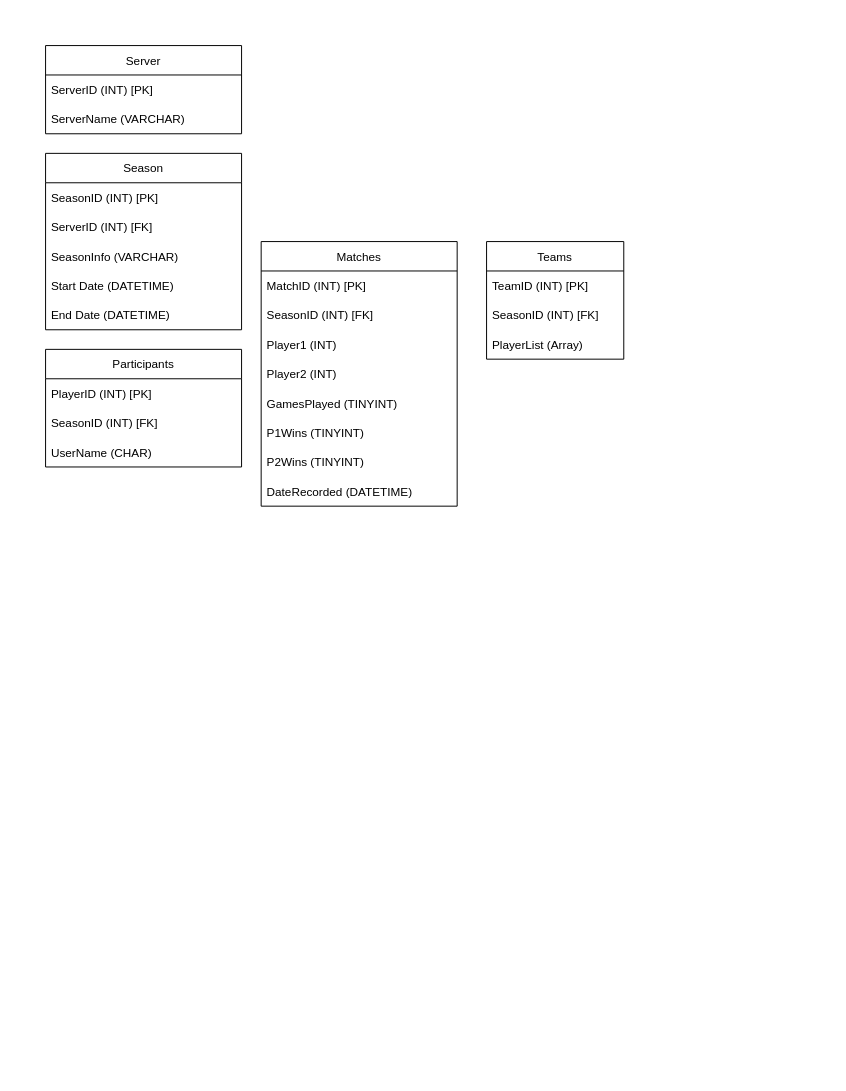
Before: TourneyBotDB.drawio in SpencerRSMS/TourneyBot, a draw.io diagram. Source tidied: cells renumbered, new cells numbered last; positions are measured from the earlier drawing's top-left corner, leaving out a move shared by most shapes. Both pictures are drawn from the tidied source at 98%, with x=0, y=0 at pixel (45, 45).
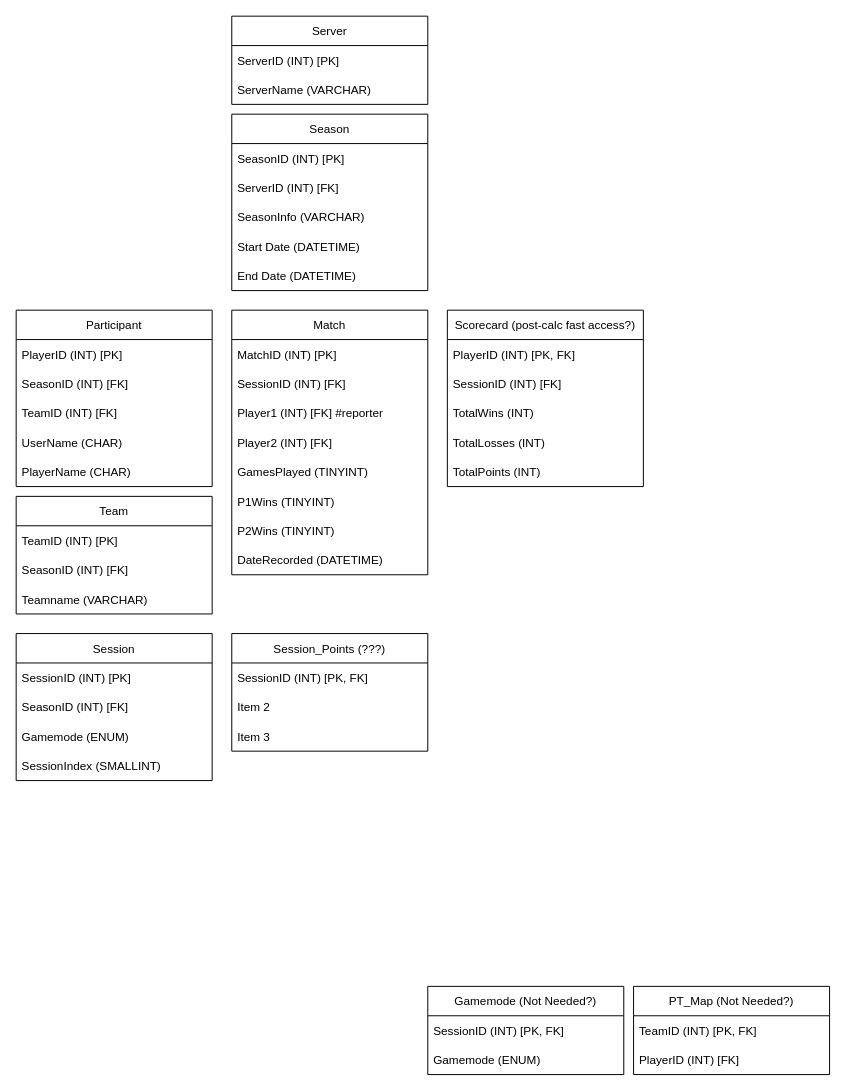
The same diagram, later.

Commit message:
Consolidated gamemode and PT_Map tables, added new session and scorecard table, considering session_points table

What changed in the source:
```diff
@@
-    <mxCell id="2" value="Participants" style="swimlane;fontStyle=0;horizontal=1;startSize=30;" parent="1" vertex="1">
-      <mxGeometry y="310" width="200" height="120" as="geometry" />
+    <mxCell id="2" value="Participant" style="swimlane;fontStyle=0;horizontal=1;startSize=30;" parent="1" vertex="1">
+      <mxGeometry x="-30" y="270" width="200" height="180" as="geometry" />
     </mxCell>
@@
+    <mxCell id="28" value="TeamID (INT) [FK]" style="text;strokeColor=none;fillColor=none;align=left;verticalAlign=middle;spacingLeft=4;spacingRight=4;overflow=hidden;" parent="2" vertex="1">
+      <mxGeometry y="90" width="200" height="30" as="geometry" />
+    </mxCell>
     <mxCell id="5" value="UserName (CHAR)" style="text;strokeColor=none;fillColor=none;align=left;verticalAlign=middle;spacingLeft=4;spacingRight=4;overflow=hidden;" parent="2" vertex="1">
-      <mxGeometry y="90" width="200" height="30" as="geometry" />
+      <mxGeometry y="120" width="200" height="30" as="geometry" />
     </mxCell>
+    <mxCell id="29" value="PlayerName (CHAR)" style="text;strokeColor=none;fillColor=none;align=left;verticalAlign=middle;spacingLeft=4;spacingRight=4;overflow=hidden;" parent="2" vertex="1">
+      <mxGeometry y="150" width="200" height="30" as="geometry" />
+    </mxCell>
     <mxCell id="6" value="Season" style="swimlane;fontStyle=0;horizontal=1;startSize=30;" parent="1" vertex="1">
-      <mxGeometry y="110" width="200" height="180" as="geometry" />
+      <mxGeometry x="190" y="70" width="200" height="180" as="geometry" />
     </mxCell>
@@
     <mxCell id="12" value="Server" style="swimlane;fontStyle=0;horizontal=1;startSize=30;" parent="1" vertex="1">
-      <mxGeometry width="200" height="90" as="geometry" />
+      <mxGeometry x="190" y="-30" width="200" height="90" as="geometry" />
     </mxCell>
@@
-    <mxCell id="15" value="Matches" style="swimlane;fontStyle=0;horizontal=1;startSize=30;" parent="1" vertex="1">
-      <mxGeometry x="220" y="200" width="200" height="270" as="geometry" />
+    <mxCell id="15" value="Match" style="swimlane;fontStyle=0;horizontal=1;startSize=30;" parent="1" vertex="1">
+      <mxGeometry x="190" y="270" width="200" height="270" as="geometry" />
     </mxCell>
@@
-    <mxCell id="17" value="SeasonID (INT) [FK]" style="text;strokeColor=none;fillColor=none;align=left;verticalAlign=middle;spacingLeft=4;spacingRight=4;overflow=hidden;" parent="15" vertex="1">
-      <mxGeometry y="60" width="200" height="30" as="geometry" />
-    </mxCell>
+    <mxCell id="30" value="SessionID (INT) [FK]" style="text;strokeColor=none;fillColor=none;align=left;verticalAlign=middle;spacingLeft=4;spacingRight=4;overflow=hidden;" parent="15" vertex="1">
+      <mxGeometry y="60" width="200" height="30" as="geometry" />
+    </mxCell>
-    <mxCell id="18" value="Player1 (INT)" style="text;strokeColor=none;fillColor=none;align=left;verticalAlign=middle;spacingLeft=4;spacingRight=4;overflow=hidden;" parent="15" vertex="1">
+    <mxCell id="18" value="Player1 (INT) [FK] #reporter" style="text;strokeColor=none;fillColor=none;align=left;verticalAlign=middle;spacingLeft=4;spacingRight=4;overflow=hidden;" parent="15" vertex="1">
       <mxGeometry y="90" width="200" height="30" as="geometry" />
     </mxCell>
-    <mxCell id="19" value="Player2 (INT)" style="text;strokeColor=none;fillColor=none;align=left;verticalAlign=middle;spacingLeft=4;spacingRight=4;overflow=hidden;" parent="15" vertex="1">
+    <mxCell id="19" value="Player2 (INT) [FK]" style="text;strokeColor=none;fillColor=none;align=left;verticalAlign=middle;spacingLeft=4;spacingRight=4;overflow=hidden;" parent="15" vertex="1">
       <mxGeometry y="120" width="200" height="30" as="geometry" />
     </mxCell>
@@
-    <mxCell id="24" value="Teams" style="swimlane;fontStyle=0;horizontal=1;startSize=30;" parent="1" vertex="1">
-      <mxGeometry x="450" y="200" width="140" height="120" as="geometry" />
+    <mxCell id="24" value="Team" style="swimlane;fontStyle=0;horizontal=1;startSize=30;" parent="1" vertex="1">
+      <mxGeometry x="-30" y="460" width="200" height="120" as="geometry" />
     </mxCell>
     <mxCell id="25" value="TeamID (INT) [PK]" style="text;strokeColor=none;fillColor=none;align=left;verticalAlign=middle;spacingLeft=4;spacingRight=4;overflow=hidden;" parent="24" vertex="1">
-      <mxGeometry y="30" width="140" height="30" as="geometry" />
+      <mxGeometry y="30" width="200" height="30" as="geometry" />
     </mxCell>
     <mxCell id="26" value="SeasonID (INT) [FK]" style="text;strokeColor=none;fillColor=none;align=left;verticalAlign=middle;spacingLeft=4;spacingRight=4;overflow=hidden;" parent="24" vertex="1">
-      <mxGeometry y="60" width="140" height="30" as="geometry" />
+      <mxGeometry y="60" width="200" height="30" as="geometry" />
     </mxCell>
-    <mxCell id="27" value="PlayerList (Array)" style="text;strokeColor=none;fillColor=none;align=left;verticalAlign=middle;spacingLeft=4;spacingRight=4;overflow=hidden;" parent="24" vertex="1">
-      <mxGeometry y="90" width="140" height="30" as="geometry" />
-    </mxCell>
+    <mxCell id="31" value="Teamname (VARCHAR)" style="text;strokeColor=none;fillColor=none;align=left;verticalAlign=middle;spacingLeft=4;spacingRight=4;overflow=hidden;" parent="24" vertex="1">
+      <mxGeometry y="90" width="200" height="30" as="geometry" />
+    </mxCell>
+    <mxCell id="32" value="Session" style="swimlane;fontStyle=0;horizontal=1;startSize=30;" parent="1" vertex="1">
+      <mxGeometry x="-30" y="600" width="200" height="150" as="geometry" />
+    </mxCell>
+    <mxCell id="33" value="SessionID (INT) [PK]" style="text;strokeColor=none;fillColor=none;align=left;verticalAlign=middle;spacingLeft=4;spacingRight=4;overflow=hidden;" parent="32" vertex="1">
+      <mxGeometry y="30" width="200" height="30" as="geometry" />
+    </mxCell>
+    <mxCell id="17" value="SeasonID (INT) [FK]" style="text;strokeColor=none;fillColor=none;align=left;verticalAlign=middle;spacingLeft=4;spacingRight=4;overflow=hidden;" parent="32" vertex="1">
+      <mxGeometry y="60" width="200" height="30" as="geometry" />
+    </mxCell>
+    <mxCell id="34" value="Gamemode (ENUM)" style="text;strokeColor=none;fillColor=none;align=left;verticalAlign=middle;spacingLeft=4;spacingRight=4;overflow=hidden;" parent="32" vertex="1">
+      <mxGeometry y="90" width="200" height="30" as="geometry" />
+    </mxCell>
+    <mxCell id="35" value="SessionIndex (SMALLINT)" style="text;strokeColor=none;fillColor=none;align=left;verticalAlign=middle;spacingLeft=4;spacingRight=4;overflow=hidden;" parent="32" vertex="1">
+      <mxGeometry y="120" width="200" height="30" as="geometry" />
+    </mxCell>
+    <mxCell id="36" value="Gamemode (Not Needed?)" style="swimlane;fontStyle=0;horizontal=1;startSize=30;" parent="1" vertex="1">
+      <mxGeometry x="390" y="960" width="200" height="90" as="geometry" />
+    </mxCell>
+    <mxCell id="37" value="SessionID (INT) [PK, FK]" style="text;strokeColor=none;fillColor=none;align=left;verticalAlign=middle;spacingLeft=4;spacingRight=4;overflow=hidden;" parent="36" vertex="1">
+      <mxGeometry y="30" width="200" height="30" as="geometry" />
+    </mxCell>
+    <mxCell id="38" value="Gamemode (ENUM)" style="text;strokeColor=none;fillColor=none;align=left;verticalAlign=middle;spacingLeft=4;spacingRight=4;overflow=hidden;" parent="36" vertex="1">
+      <mxGeometry y="60" width="200" height="30" as="geometry" />
+    </mxCell>
+    <mxCell id="39" value="PT_Map (Not Needed?)" style="swimlane;fontStyle=0;horizontal=1;startSize=30;" parent="1" vertex="1">
+      <mxGeometry x="600" y="960" width="200" height="90" as="geometry" />
+    </mxCell>
+    <mxCell id="40" value="TeamID (INT) [PK, FK]" style="text;strokeColor=none;fillColor=none;align=left;verticalAlign=middle;spacingLeft=4;spacingRight=4;overflow=hidden;" parent="39" vertex="1">
+      <mxGeometry y="30" width="200" height="30" as="geometry" />
+    </mxCell>
+    <mxCell id="41" value="PlayerID (INT) [FK]" style="text;strokeColor=none;fillColor=none;align=left;verticalAlign=middle;spacingLeft=4;spacingRight=4;overflow=hidden;" parent="39" vertex="1">
+      <mxGeometry y="60" width="200" height="30" as="geometry" />
+    </mxCell>
+    <mxCell id="42" value="Scorecard (post-calc fast access?)" style="swimlane;fontStyle=0;horizontal=1;startSize=30;" parent="1" vertex="1">
+      <mxGeometry x="410" y="270" width="200" height="180" as="geometry" />
+    </mxCell>
+    <mxCell id="43" value="PlayerID (INT) [PK, FK]" style="text;strokeColor=none;fillColor=none;align=left;verticalAlign=middle;spacingLeft=4;spacingRight=4;overflow=hidden;" parent="42" vertex="1">
+      <mxGeometry y="30" width="200" height="30" as="geometry" />
+    </mxCell>
+    <mxCell id="44" value="SessionID (INT) [FK]" style="text;strokeColor=none;fillColor=none;align=left;verticalAlign=middle;spacingLeft=4;spacingRight=4;overflow=hidden;" parent="42" vertex="1">
+      <mxGeometry y="60" width="200" height="30" as="geometry" />
+    </mxCell>
+    <mxCell id="45" value="TotalWins (INT)" style="text;strokeColor=none;fillColor=none;align=left;verticalAlign=middle;spacingLeft=4;spacingRight=4;overflow=hidden;" parent="42" vertex="1">
+      <mxGeometry y="90" width="200" height="30" as="geometry" />
+    </mxCell>
+    <mxCell id="46" value="TotalLosses (INT)" style="text;strokeColor=none;fillColor=none;align=left;verticalAlign=middle;spacingLeft=4;spacingRight=4;overflow=hidden;" parent="42" vertex="1">
+      <mxGeometry y="120" width="200" height="30" as="geometry" />
+    </mxCell>
+    <mxCell id="47" value="TotalPoints (INT)" style="text;strokeColor=none;fillColor=none;align=left;verticalAlign=middle;spacingLeft=4;spacingRight=4;overflow=hidden;" parent="42" vertex="1">
+      <mxGeometry y="150" width="200" height="30" as="geometry" />
+    </mxCell>
+    <mxCell id="48" value="Session_Points (???)" style="swimlane;fontStyle=0;horizontal=1;startSize=30;" parent="1" vertex="1">
+      <mxGeometry x="190" y="600" width="200" height="120" as="geometry" />
+    </mxCell>
+    <mxCell id="49" value="SessionID (INT) [PK, FK]" style="text;strokeColor=none;fillColor=none;align=left;verticalAlign=middle;spacingLeft=4;spacingRight=4;overflow=hidden;" parent="48" vertex="1">
+      <mxGeometry y="30" width="200" height="30" as="geometry" />
+    </mxCell>
+    <mxCell id="50" value="Item 2" style="text;strokeColor=none;fillColor=none;align=left;verticalAlign=middle;spacingLeft=4;spacingRight=4;overflow=hidden;" parent="48" vertex="1">
+      <mxGeometry y="60" width="200" height="30" as="geometry" />
+    </mxCell>
+    <mxCell id="51" value="Item 3" style="text;strokeColor=none;fillColor=none;align=left;verticalAlign=middle;spacingLeft=4;spacingRight=4;overflow=hidden;" parent="48" vertex="1">
+      <mxGeometry y="90" width="200" height="30" as="geometry" />
+    </mxCell>
```
